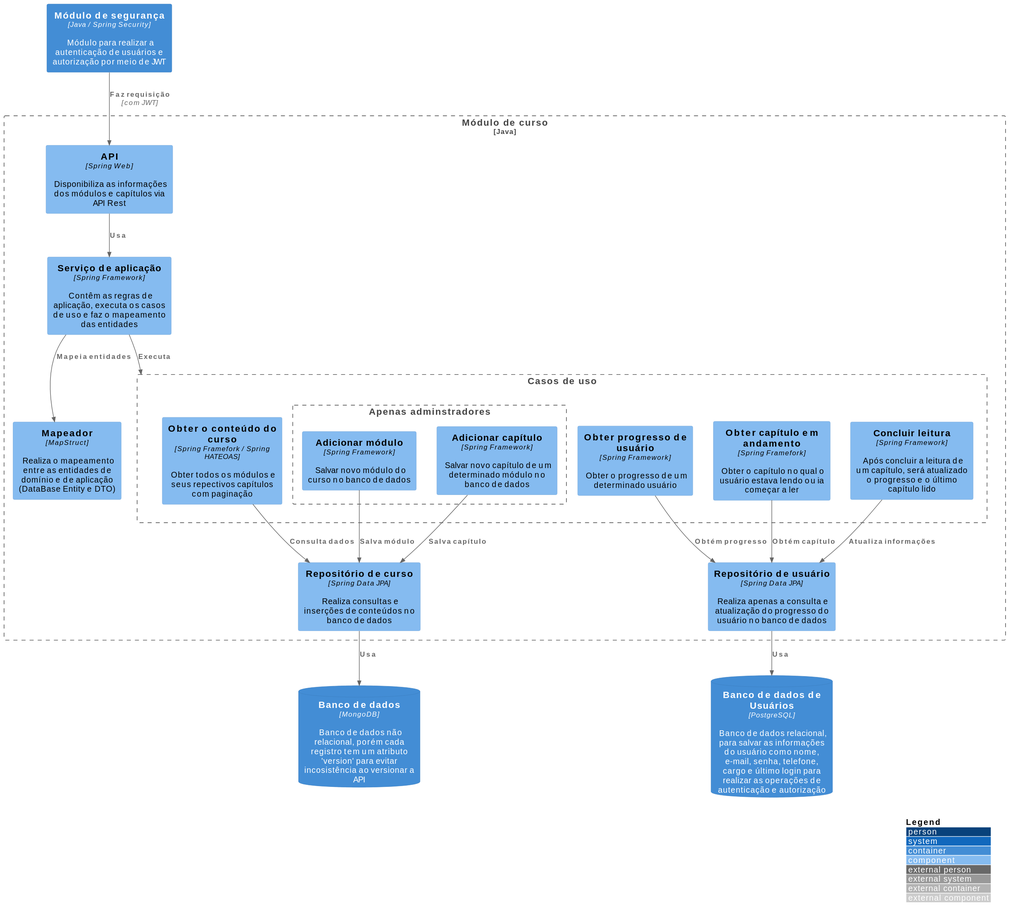
Open-3A/3A-c4-model keeps this PlantUML diagram as C3 Components/Back-end/Módulo de curso/Course Module.svg. Above is the earlier version.
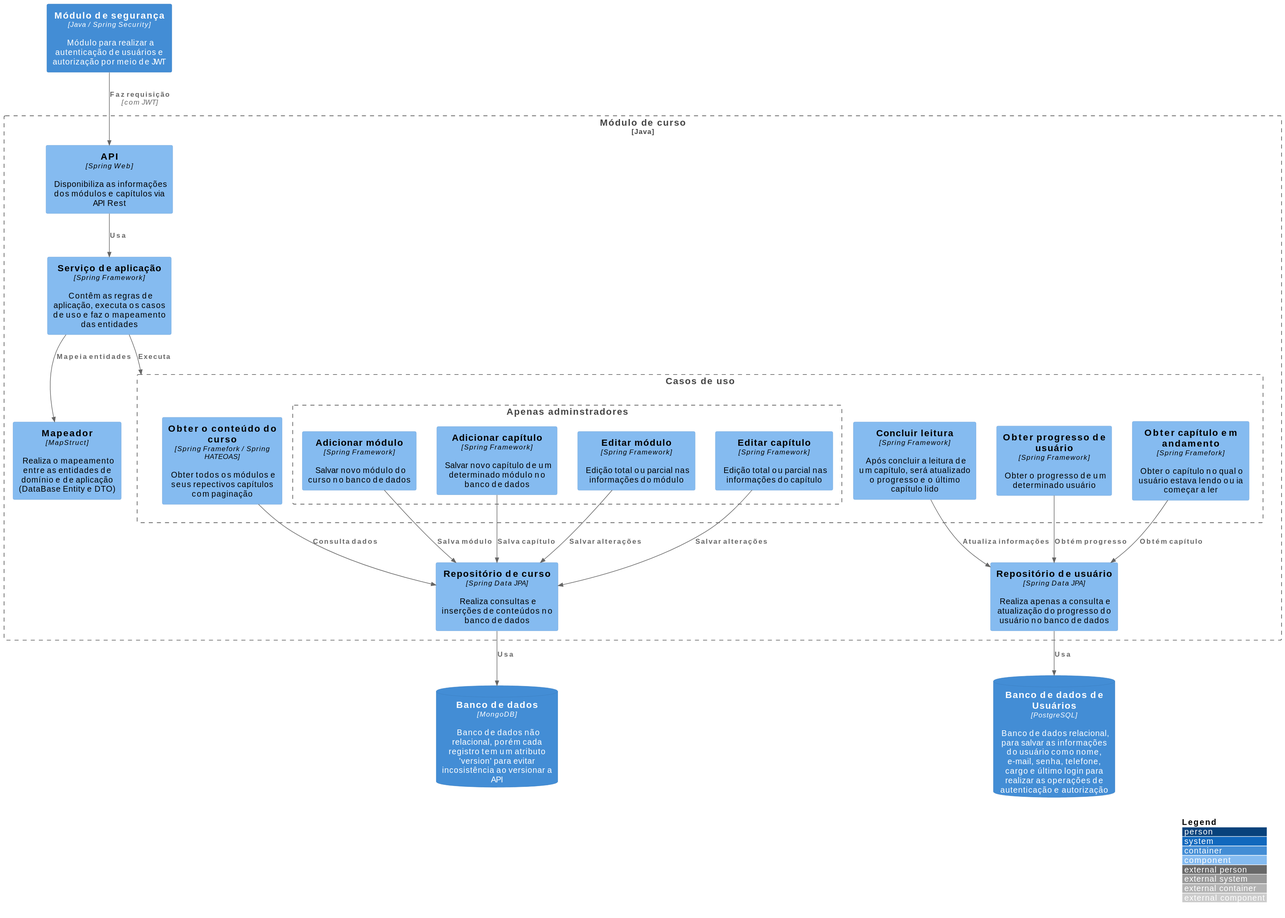
After the commit.

Change to the diagram source:
```diff
@@ -19,6 +19,8 @@
     Boundary(only_admins, "Apenas adminstradores"){
       Component(add_course_module_use_case, "Adicionar módulo", "Spring Framework", "Salvar novo módulo do curso no banco de dados")
       Component(add_chapter_use_case, "Adicionar capítulo", "Spring Framework", "Salvar novo capítulo de um determinado módulo no banco de dados")
+      Component(edit_module_use_case, "Editar módulo", "Spring Framework", "Edição total ou parcial nas informações do módulo")
+      Component(edit_chapter_use_case, "Editar capítulo", "Spring Framework", "Edição total ou parcial nas informações do capítulo")
     }
   }
 
@@ -39,6 +41,8 @@
 Rel(get_chapter_to_continue_use_case, user_repository, "Obtém capítulo")
 Rel(add_course_module_use_case, course_repository, "Salva módulo")
 Rel(add_chapter_use_case, course_repository, "Salva capítulo")
+Rel(edit_module_use_case, course_repository, "Salvar alterações")
+Rel(edit_chapter_use_case, course_repository, "Salvar alterações")
 Rel(finish_reading_use_case, user_repository, "Atualiza informações")
 Rel(user_repository, user_db, "Usa")
 @enduml
```
